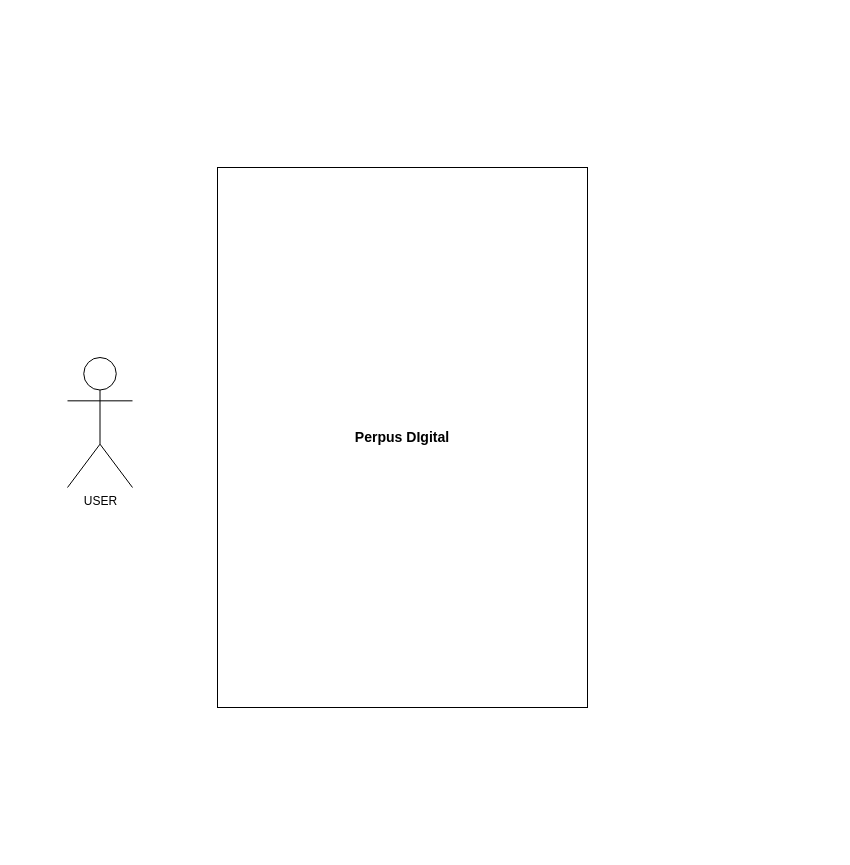
This is perpus-digital.drawio from thehardworkers/perpus-digital, a draw.io file, before an edit. Source tidied: cells renumbered, new cells numbered last; positions are measured from the earlier drawing's top-left corner, leaving out a move shared by most shapes. Both pictures are drawn from the tidied source at 100%, with x=0, y=0 at pixel (67, 167).
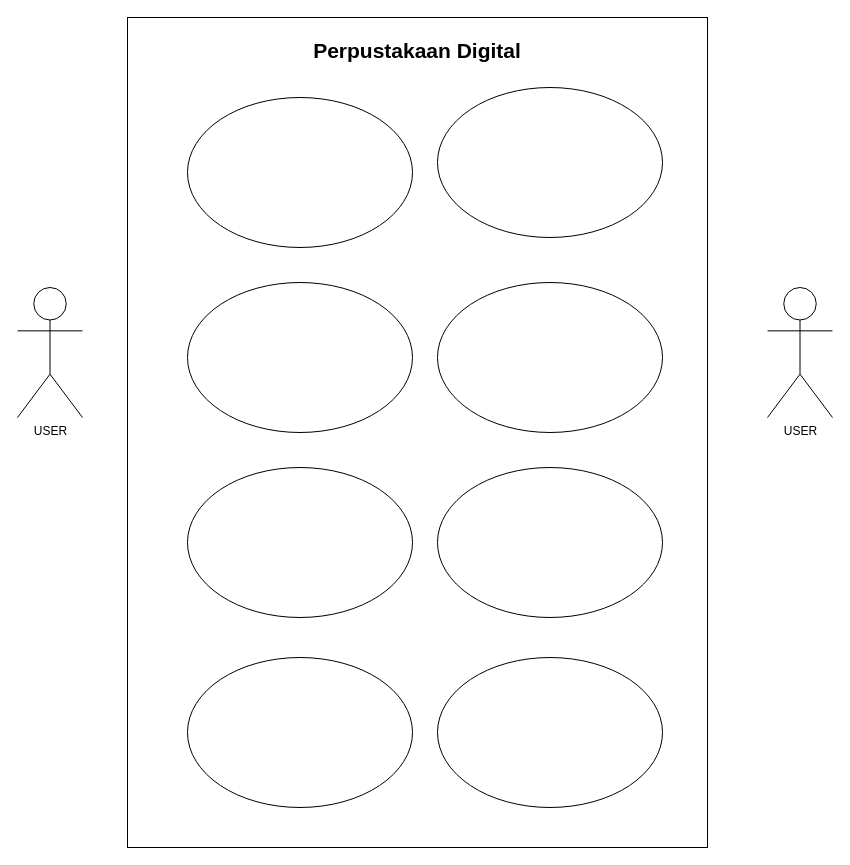
Above is the later version.

What changed in the source:
```diff
@@
 <mxGraphModel>
   <root>
     <mxCell id="0" />
     <mxCell id="1" parent="0" />
-    <mxCell id="2" value="&lt;h3 style=&quot;text-align: justify;&quot;&gt;&lt;span style=&quot;background-color: initial;&quot;&gt;&lt;b&gt;Perpus DIgital&lt;/b&gt;&lt;/span&gt;&lt;/h3&gt;" style="rounded=0;whiteSpace=wrap;html=1;" parent="1" vertex="1">
-      <mxGeometry x="150" width="370" height="540" as="geometry" />
+    <mxCell id="2" value="&lt;h3 style=&quot;text-align: justify;&quot;&gt;&lt;span style=&quot;background-color: initial;&quot;&gt;&lt;b&gt;&lt;font style=&quot;font-size: 21px;&quot;&gt;Perpustakaan Digital&lt;/font&gt;&lt;/b&gt;&lt;/span&gt;&lt;/h3&gt;" style="rounded=0;whiteSpace=wrap;html=1;horizontal=1;verticalAlign=top;" parent="1" vertex="1">
+      <mxGeometry x="60" y="-150" width="580" height="830" as="geometry" />
     </mxCell>
     <mxCell id="3" value="USER" style="shape=umlActor;verticalLabelPosition=bottom;verticalAlign=top;html=1;" parent="1" vertex="1">
-      <mxGeometry y="190" width="65" height="130" as="geometry" />
+      <mxGeometry x="-50" y="120" width="65" height="130" as="geometry" />
     </mxCell>
+    <mxCell id="4" style="ellipse;whiteSpace=wrap;html=1;" parent="1" vertex="1">
+      <mxGeometry x="120" y="-70" width="225" height="150" as="geometry" />
+    </mxCell>
+    <mxCell id="5" style="ellipse;whiteSpace=wrap;html=1;" parent="1" vertex="1">
+      <mxGeometry x="120" y="115" width="225" height="150" as="geometry" />
+    </mxCell>
+    <mxCell id="6" style="ellipse;whiteSpace=wrap;html=1;" parent="1" vertex="1">
+      <mxGeometry x="120" y="300" width="225" height="150" as="geometry" />
+    </mxCell>
+    <mxCell id="7" style="ellipse;whiteSpace=wrap;html=1;" parent="1" vertex="1">
+      <mxGeometry x="120" y="490" width="225" height="150" as="geometry" />
+    </mxCell>
+    <mxCell id="8" style="ellipse;whiteSpace=wrap;html=1;" parent="1" vertex="1">
+      <mxGeometry x="370" y="-80" width="225" height="150" as="geometry" />
+    </mxCell>
+    <mxCell id="9" style="ellipse;whiteSpace=wrap;html=1;" parent="1" vertex="1">
+      <mxGeometry x="370" y="490" width="225" height="150" as="geometry" />
+    </mxCell>
+    <mxCell id="10" style="ellipse;whiteSpace=wrap;html=1;" parent="1" vertex="1">
+      <mxGeometry x="370" y="300" width="225" height="150" as="geometry" />
+    </mxCell>
+    <mxCell id="11" style="ellipse;whiteSpace=wrap;html=1;" parent="1" vertex="1">
+      <mxGeometry x="370" y="115" width="225" height="150" as="geometry" />
+    </mxCell>
+    <mxCell id="12" value="USER" style="shape=umlActor;verticalLabelPosition=bottom;verticalAlign=top;html=1;" parent="1" vertex="1">
+      <mxGeometry x="700" y="120" width="65" height="130" as="geometry" />
+    </mxCell>
   </root>
 </mxGraphModel>
```
